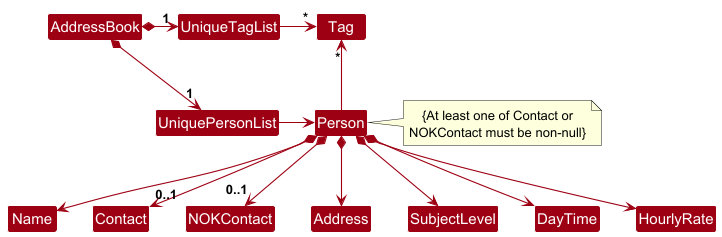
The PlantUML diagram docs/images/BetterModelClassDiagram.png in Cheeden/tp, before a commit.
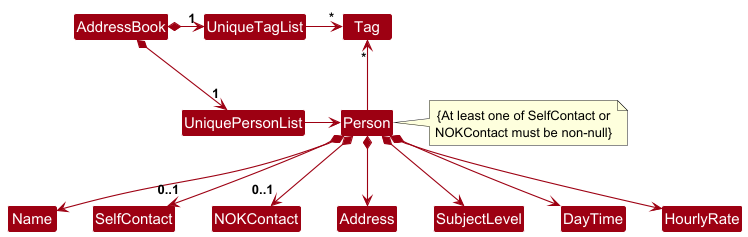
After the change.

Diff of the diagram source:
```diff
@@ -14,7 +14,7 @@
 Person -up-> "*" Tag
 
 Person *--> Name
-Person *--> "0..1" Contact
+Person *--> "0..1" SelfContact
 Person *--> "0..1" NOKContact
 Person *--> Address
 Person *--> SubjectLevel
@@ -22,7 +22,7 @@
 Person *--> HourlyRate
 
 note right of Person
-{At least one of Contact or
+{At least one of SelfContact or
 NOKContact must be non-null}
 end note
 @enduml
```
